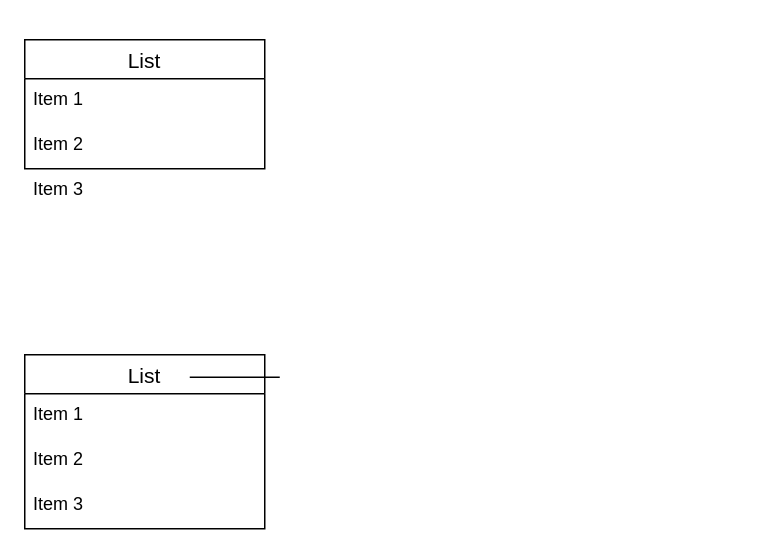
syun-momo/noboruspot keeps this draw.io diagram as noboru.dio. Above is the earlier version. Source tidied: cells renumbered, new cells numbered last; positions are measured from the earlier drawing's top-left corner, leaving out a move shared by most shapes. Both pictures are drawn from the tidied source at 150%, with x=0, y=0 at pixel (24, 39).
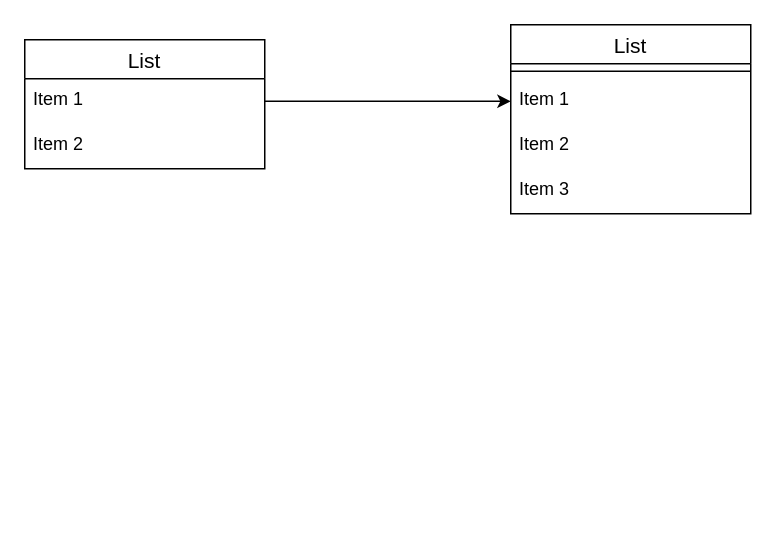
Above is the later version.

The edit, as a diff of the source:
```diff
@@
 <mxGraphModel>
   <root>
     <mxCell id="0" />
     <mxCell id="1" parent="0" />
     <mxCell id="2" value="List" style="swimlane;fontStyle=0;horizontal=1;startSize=26;align=center;fontSize=14;" parent="1" vertex="1">
-      <mxGeometry y="210" width="160" height="116" as="geometry" />
+      <mxGeometry x="324" y="-10" width="160" height="126" as="geometry" />
     </mxCell>
+    <mxCell id="9" style="line;strokeWidth=1;dashed=0;labelPosition=right;align=left;verticalAlign=middle;spacingTop=0;spacingLeft=6;" parent="2" vertex="1">
+      <mxGeometry y="26" width="160" height="10" as="geometry" />
+    </mxCell>
     <mxCell id="3" value="Item 1" style="text;strokeColor=none;fillColor=none;spacingLeft=4;spacingRight=4;overflow=hidden;points=[[0,0.5],[1,0.5]];portConstraint=eastwest;fontSize=12;" parent="2" vertex="1">
-      <mxGeometry y="26" width="160" height="30" as="geometry" />
+      <mxGeometry y="36" width="160" height="30" as="geometry" />
     </mxCell>
     <mxCell id="4" value="Item 2" style="text;strokeColor=none;fillColor=none;spacingLeft=4;spacingRight=4;overflow=hidden;fontSize=12;" parent="2" vertex="1">
-      <mxGeometry y="56" width="160" height="30" as="geometry" />
+      <mxGeometry y="66" width="160" height="30" as="geometry" />
     </mxCell>
     <mxCell id="5" value="Item 3" style="text;strokeColor=none;fillColor=none;spacingLeft=4;spacingRight=4;overflow=hidden;fontSize=12;" parent="2" vertex="1">
-      <mxGeometry y="86" width="160" height="30" as="geometry" />
+      <mxGeometry y="96" width="160" height="30" as="geometry" />
     </mxCell>
     <mxCell id="6" value="List" style="swimlane;fontStyle=0;horizontal=1;startSize=26;align=center;fontSize=14;" parent="1" vertex="1">
       <mxGeometry width="160" height="86" as="geometry" />
     </mxCell>
     <mxCell id="7" value="Item 1" style="text;strokeColor=none;fillColor=none;spacingLeft=4;spacingRight=4;overflow=hidden;points=[[0,0.5],[1,0.5]];portConstraint=eastwest;fontSize=12;" parent="6" vertex="1">
       <mxGeometry y="26" width="160" height="30" as="geometry" />
     </mxCell>
     <mxCell id="8" value="Item 2" style="text;strokeColor=none;fillColor=none;spacingLeft=4;spacingRight=4;overflow=hidden;fontSize=12;" parent="6" vertex="1">
       <mxGeometry y="56" width="160" height="30" as="geometry" />
     </mxCell>
-    <mxCell id="9" style="line;strokeWidth=1;dashed=0;labelPosition=right;align=left;verticalAlign=middle;spacingTop=0;spacingLeft=6;" parent="1" vertex="1">
-      <mxGeometry x="110" y="220" width="60" height="10" as="geometry" />
-    </mxCell>
-    <mxCell id="10" value="Item 3" style="text;strokeColor=none;fillColor=none;spacingLeft=4;spacingRight=4;overflow=hidden;fontSize=12;" parent="1" vertex="1">
-      <mxGeometry y="86" width="160" height="24" as="geometry" />
-    </mxCell>
+    <mxCell id="11" style="edgeStyle=orthogonalEdgeStyle;rounded=0;jettySize=auto;html=1;entryX=0;entryY=0.5;entryDx=0;entryDy=0;" parent="1" edge="1" source="7" target="3">
+      <mxGeometry relative="1" as="geometry" />
+    </mxCell>
   </root>
 </mxGraphModel>
```
